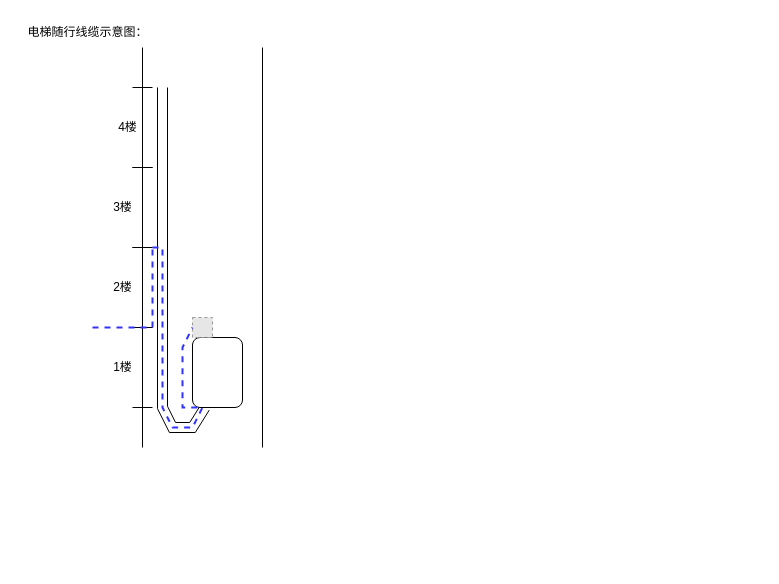
Before: 泰庄监控点位图.drawio in UTOUUCENTER-CD/Aqara, a draw.io diagram. Source tidied: cells renumbered, new cells numbered last; positions are measured from the earlier drawing's top-left corner, leaving out a move shared by most shapes. Both pictures are drawn from the tidied source at 100%, with x=0, y=0 at pixel (17, 17). Pictures stored in the file or linked from it are replaced by grey dashed boxes.
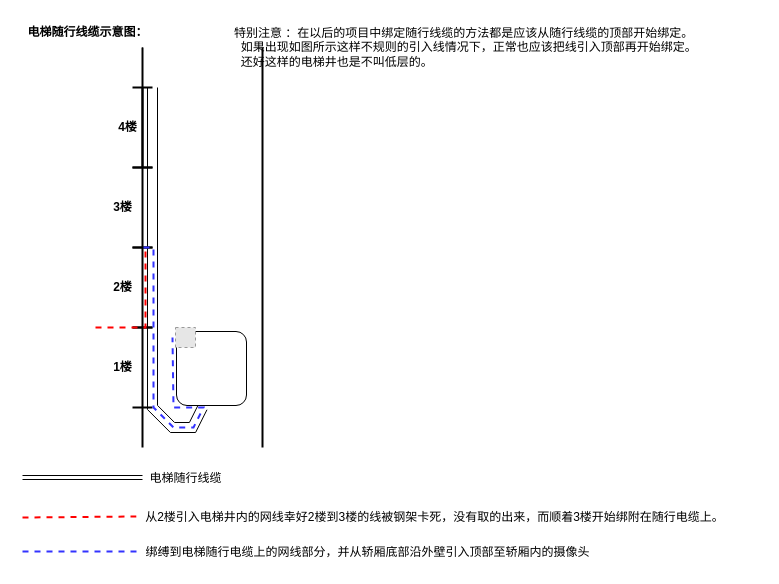
Above is the later version.

Commit message (it also covers changes not shown here):
Update 泰庄监控点位图.drawio

Change to the diagram source:
```diff
@@
-    <mxCell id="2" value="电梯随行线缆示意图：" style="text;html=1;align=center;verticalAlign=middle;strokeColor=none;fillColor=none;" parent="1" vertex="1">
+    <mxCell id="2" value="电梯随行线缆示意图：" style="text;html=1;align=center;verticalAlign=middle;strokeColor=none;fillColor=none;fontStyle=1;" parent="1" vertex="1">
       <mxGeometry width="140" height="30" as="geometry" />
     </mxCell>
-    <mxCell id="3" style="endArrow=none;html=1;rounded=0;startArrow=none;" parent="1" edge="1" source="15">
+    <mxCell id="3" style="endArrow=none;html=1;rounded=0;startArrow=none;fontStyle=1;" parent="1" edge="1" source="15">
       <mxGeometry relative="1" as="geometry">
         <mxPoint x="125" y="30" as="targetPoint" />
       </mxGeometry>
     </mxCell>
-    <mxCell id="4" style="endArrow=none;html=1;rounded=0;" parent="1" edge="1">
+    <mxCell id="4" style="endArrow=none;html=1;rounded=0;fontStyle=1;strokeWidth=2;" parent="1" edge="1">
       <mxGeometry relative="1" as="geometry">
         <mxPoint x="245" y="430" as="sourcePoint" />
         <mxPoint x="245" y="30" as="targetPoint" />
       </mxGeometry>
     </mxCell>
-    <mxCell id="5" style="shape=link;html=1;rounded=0;exitX=0.25;exitY=1;exitDx=0;exitDy=0;width=-10;" parent="1" edge="1" source="6">
+    <mxCell id="5" style="shape=link;html=1;rounded=0;width=-10;fontStyle=1;entryX=0;entryY=0;entryDx=0;entryDy=0;entryPerimeter=0;" parent="1" edge="1" target="17">
       <mxGeometry relative="1" as="geometry">
-        <mxPoint x="145" y="70" as="targetPoint" />
+        <mxPoint x="185" y="390" as="sourcePoint" />
         <Array as="points">
           <mxPoint x="175" y="410" />
           <mxPoint x="155" y="410" />
-          <mxPoint x="145" y="390" />
+          <mxPoint x="135" y="390" />
         </Array>
       </mxGeometry>
     </mxCell>
-    <mxCell id="6" style="rounded=1;whiteSpace=wrap;html=1;" parent="1" vertex="1">
-      <mxGeometry x="175" y="320" width="50" height="70" as="geometry" />
+    <mxCell id="6" style="rounded=1;whiteSpace=wrap;html=1;fontStyle=1;" parent="1" vertex="1">
+      <mxGeometry x="159" y="314" width="70" height="74" as="geometry" />
     </mxCell>
-    <mxCell id="7" value="1楼" style="text;html=1;align=center;verticalAlign=middle;strokeColor=none;fillColor=none;" parent="1" vertex="1">
+    <mxCell id="7" value="1楼" style="text;html=1;align=center;verticalAlign=middle;strokeColor=none;fillColor=none;fontStyle=1;" parent="1" vertex="1">
       <mxGeometry x="85" y="335" width="40" height="30" as="geometry" />
     </mxCell>
-    <mxCell id="8" value="4楼" style="text;html=1;align=center;verticalAlign=middle;strokeColor=none;fillColor=none;" parent="1" vertex="1">
+    <mxCell id="8" value="4楼" style="text;html=1;align=center;verticalAlign=middle;strokeColor=none;fillColor=none;fontStyle=1;" parent="1" vertex="1">
       <mxGeometry x="90" y="95" width="40" height="30" as="geometry" />
     </mxCell>
-    <mxCell id="9" value="3楼" style="text;html=1;align=center;verticalAlign=middle;strokeColor=none;fillColor=none;" parent="1" vertex="1">
+    <mxCell id="9" value="3楼" style="text;html=1;align=center;verticalAlign=middle;strokeColor=none;fillColor=none;fontStyle=1;" parent="1" vertex="1">
       <mxGeometry x="85" y="175" width="40" height="30" as="geometry" />
     </mxCell>
-    <mxCell id="10" value="2楼" style="text;html=1;align=center;verticalAlign=middle;strokeColor=none;fillColor=none;" parent="1" vertex="1">
+    <mxCell id="10" value="2楼" style="text;html=1;align=center;verticalAlign=middle;strokeColor=none;fillColor=none;fontStyle=1;" parent="1" vertex="1">
       <mxGeometry x="85" y="255" width="40" height="30" as="geometry" />
     </mxCell>
-    <mxCell id="11" style="shape=crossbar;whiteSpace=wrap;html=1;rounded=1;direction=south;" parent="1" vertex="1">
+    <mxCell id="11" style="shape=crossbar;whiteSpace=wrap;html=1;rounded=1;direction=south;fontStyle=1;strokeWidth=2;" parent="1" vertex="1">
       <mxGeometry x="115" y="310" width="20" height="80" as="geometry" />
     </mxCell>
-    <mxCell id="12" style="endArrow=none;html=1;rounded=0;" parent="1" edge="1" target="11">
+    <mxCell id="12" style="endArrow=none;html=1;rounded=0;fontStyle=1;strokeWidth=2;" parent="1" edge="1" target="11">
       <mxGeometry relative="1" as="geometry">
         <mxPoint x="125" y="430" as="sourcePoint" />
       </mxGeometry>
     </mxCell>
-    <mxCell id="13" style="shape=crossbar;whiteSpace=wrap;html=1;rounded=1;direction=south;" parent="1" vertex="1">
+    <mxCell id="13" style="shape=crossbar;whiteSpace=wrap;html=1;rounded=1;direction=south;fontStyle=1;strokeWidth=2;" parent="1" vertex="1">
       <mxGeometry x="115" y="230" width="20" height="80" as="geometry" />
     </mxCell>
-    <mxCell id="14" style="endArrow=none;html=1;rounded=0;startArrow=none;" parent="1" edge="1" source="11" target="13">
+    <mxCell id="14" style="endArrow=none;html=1;rounded=0;startArrow=none;fontStyle=1;" parent="1" edge="1" source="11" target="13">
       <mxGeometry relative="1" as="geometry" />
     </mxCell>
-    <mxCell id="15" style="shape=crossbar;whiteSpace=wrap;html=1;rounded=1;direction=south;" parent="1" vertex="1">
+    <mxCell id="15" style="shape=crossbar;whiteSpace=wrap;html=1;rounded=1;direction=south;fontStyle=1;strokeWidth=2;" parent="1" vertex="1">
       <mxGeometry x="115" y="150" width="20" height="80" as="geometry" />
     </mxCell>
-    <mxCell id="16" style="endArrow=none;html=1;rounded=0;startArrow=none;" parent="1" edge="1" source="13" target="15">
+    <mxCell id="16" style="endArrow=none;html=1;rounded=0;startArrow=none;fontStyle=1;" parent="1" edge="1" source="13" target="15">
       <mxGeometry relative="1" as="geometry" />
     </mxCell>
-    <mxCell id="17" style="shape=crossbar;whiteSpace=wrap;html=1;rounded=1;direction=south;" parent="1" vertex="1">
+    <mxCell id="17" style="shape=crossbar;whiteSpace=wrap;html=1;rounded=1;direction=south;fontStyle=1;strokeWidth=2;" parent="1" vertex="1">
       <mxGeometry x="115" y="70" width="20" height="80" as="geometry" />
     </mxCell>
-    <mxCell id="18" style="fillColor=#E6E6E6;strokeColor=#999999;dashed=1;verticalLabelPosition=bottom;labelBackgroundColor=default;verticalAlign=top;" parent="1" vertex="1">
-      <mxGeometry x="175" y="300" width="20" height="20" as="geometry" />
+    <mxCell id="18" style="fillColor=#E6E6E6;strokeColor=#999999;dashed=1;verticalLabelPosition=bottom;labelBackgroundColor=default;verticalAlign=top;fontStyle=1;" parent="1" vertex="1">
+      <mxGeometry x="158" y="310" width="20" height="20" as="geometry" />
     </mxCell>
-    <mxCell id="19" style="endArrow=none;dashed=1;html=1;rounded=0;strokeWidth=2;entryX=1;entryY=0;entryDx=0;entryDy=0;entryPerimeter=0;strokeColor=#3333FF;" parent="1" edge="1" target="15">
+    <mxCell id="19" style="endArrow=none;dashed=1;html=1;rounded=0;strokeWidth=2;strokeColor=#FF0000;fontStyle=1;" parent="1" edge="1">
       <mxGeometry relative="1" as="geometry">
-        <mxPoint x="75" y="310" as="sourcePoint" />
+        <mxPoint x="78" y="310" as="sourcePoint" />
+        <mxPoint x="128" y="230" as="targetPoint" />
         <Array as="points">
-          <mxPoint x="135" y="310" />
+          <mxPoint x="128" y="310" />
         </Array>
       </mxGeometry>
     </mxCell>
-    <mxCell id="20" style="endArrow=none;dashed=1;html=1;rounded=0;strokeColor=#3333FF;strokeWidth=2;entryX=0;entryY=0.5;entryDx=0;entryDy=0;" parent="1" edge="1" target="18">
+    <mxCell id="20" style="endArrow=none;dashed=1;html=1;rounded=0;strokeColor=#3333FF;strokeWidth=2;fontStyle=1;" parent="1" edge="1">
       <mxGeometry relative="1" as="geometry">
-        <mxPoint x="135" y="230" as="sourcePoint" />
+        <mxPoint x="126" y="230" as="sourcePoint" />
+        <mxPoint x="155" y="320" as="targetPoint" />
         <Array as="points">
-          <mxPoint x="145" y="230" />
-          <mxPoint x="145" y="390" />
-          <mxPoint x="155" y="410" />
-          <mxPoint x="175" y="410" />
-          <mxPoint x="185" y="390" />
-          <mxPoint x="165" y="390" />
-          <mxPoint x="165" y="330" />
+          <mxPoint x="136" y="230" />
+          <mxPoint x="136" y="390" />
+          <mxPoint x="156" y="410" />
+          <mxPoint x="176" y="410" />
+          <mxPoint x="186" y="390" />
+          <mxPoint x="156" y="390" />
         </Array>
       </mxGeometry>
     </mxCell>
+    <mxCell id="21" style="endArrow=none;html=1;rounded=0;startArrow=none;fontStyle=1;strokeWidth=2;" parent="1" edge="1">
+      <mxGeometry relative="1" as="geometry">
+        <mxPoint x="125" y="150" as="sourcePoint" />
+        <mxPoint x="125" y="30" as="targetPoint" />
+      </mxGeometry>
+    </mxCell>
+    <mxCell id="22" style="endArrow=none;dashed=1;html=1;rounded=0;strokeColor=#FF0000;strokeWidth=2;entryX=0.003;entryY=0.467;entryDx=0;entryDy=0;entryPerimeter=0;" parent="1" edge="1" target="23">
+      <mxGeometry relative="1" as="geometry">
+        <mxPoint x="5" y="500" as="sourcePoint" />
+      </mxGeometry>
+    </mxCell>
+    <mxCell id="23" value="从2楼引入电梯井内的网线幸好2楼到3楼的线被钢架卡死，没有取的出来，而顺着3楼开始绑附在随行电缆上。" style="text;html=1;align=center;verticalAlign=middle;points=[];strokeColor=none;fillColor=none;" parent="1" vertex="1">
+      <mxGeometry x="117" y="485" width="600" height="30" as="geometry" />
+    </mxCell>
+    <mxCell id="24" style="endArrow=none;dashed=1;html=1;rounded=0;strokeColor=#3333FF;strokeWidth=2;" parent="1" edge="1">
+      <mxGeometry relative="1" as="geometry">
+        <mxPoint x="5" y="534" as="sourcePoint" />
+        <mxPoint x="125" y="534" as="targetPoint" />
+      </mxGeometry>
+    </mxCell>
+    <mxCell id="25" value="绑缚到电梯随行电缆上的网线部分，并从轿厢底部沿外壁引入顶部至轿厢内的摄像头" style="text;html=1;align=center;verticalAlign=middle;strokeColor=none;fillColor=none;" parent="1" vertex="1">
+      <mxGeometry x="115" y="520" width="470" height="30" as="geometry" />
+    </mxCell>
+    <mxCell id="26" style="shape=link;html=1;rounded=0;strokeColor=#000000;strokeWidth=1;" parent="1" edge="1">
+      <mxGeometry relative="1" as="geometry">
+        <mxPoint x="5" y="460" as="sourcePoint" />
+        <mxPoint x="125" y="460" as="targetPoint" />
+      </mxGeometry>
+    </mxCell>
+    <mxCell id="27" value="电梯随行线缆" style="text;html=1;align=center;verticalAlign=middle;strokeColor=none;fillColor=none;" parent="1" vertex="1">
+      <mxGeometry x="118" y="446" width="100" height="30" as="geometry" />
+    </mxCell>
+    <mxCell id="28" value="特别注意 ：在以后的项目中绑定随行线缆的方法都是应该从随行线缆的顶部开始绑定。&lt;br&gt;&lt;span style=&quot;white-space: pre;&quot;&gt; &lt;/span&gt;&lt;span style=&quot;white-space: pre;&quot;&gt; &lt;/span&gt;如果出现如图所示这样不规则的引入线情况下，正常也应该把线引入顶部再开始绑定。&lt;br&gt;&lt;span style=&quot;white-space: pre;&quot;&gt; &lt;/span&gt;&lt;span style=&quot;white-space: pre;&quot;&gt; &lt;/span&gt;还好这样的电梯井也是不叫低层的。" style="text;html=1;align=left;verticalAlign=middle;strokeColor=none;fillColor=none;" parent="1" vertex="1">
+      <mxGeometry x="215" width="530" height="60" as="geometry" />
+    </mxCell>
```
